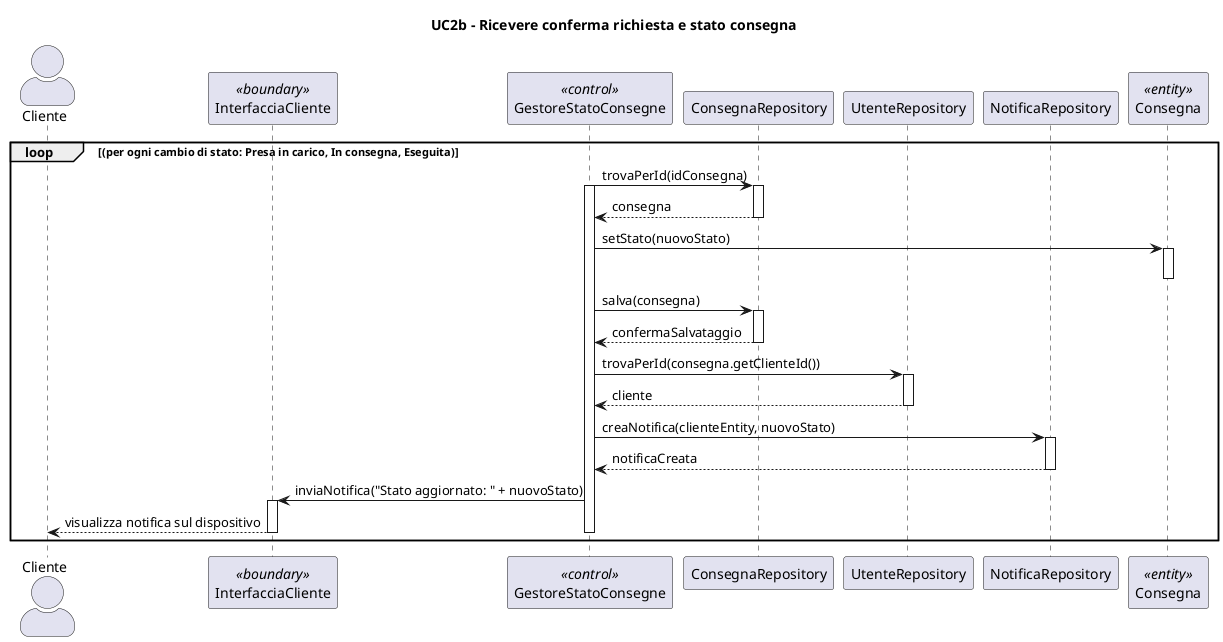
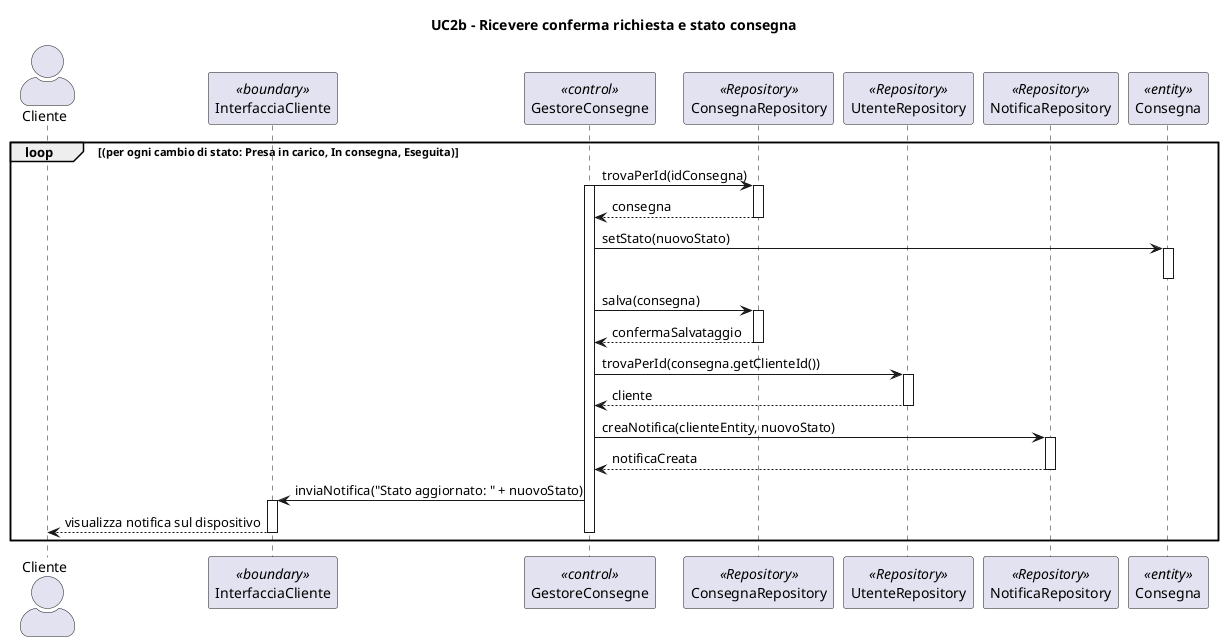
@startuml

skinparam actorStyle awesome
title UC2b - Ricevere conferma richiesta e stato consegna

actor Cliente
participant "InterfacciaCliente" as BoundaryCli <<boundary>>
- participant "GestoreStatoConsegne" as Control <<control>>
- participant "ConsegnaRepository" as RepoConsegna
- participant "UtenteRepository" as RepoUtente
- participant "NotificaRepository" as RepoNotifica
+ participant "GestoreConsegne" as Control <<control>>
+ participant "ConsegnaRepository" as RepoConsegna <<Repository>>
+ participant "UtenteRepository" as RepoUtente <<Repository>>
+ participant "NotificaRepository" as RepoNotifica <<Repository>>
participant "Consegna" as Consegna <<entity>>

loop (per ogni cambio di stato: Presa in carico, In consegna, Eseguita)

    Control -> RepoConsegna : trovaPerId(idConsegna)
    activate Control
    activate RepoConsegna
    RepoConsegna --> Control : consegna
    deactivate RepoConsegna

    Control -> Consegna : setStato(nuovoStato)
    activate Consegna
    deactivate Consegna

    Control -> RepoConsegna : salva(consegna)
    activate RepoConsegna
    RepoConsegna --> Control : confermaSalvataggio
    deactivate RepoConsegna

    Control -> RepoUtente : trovaPerId(consegna.getClienteId())
    activate RepoUtente
    RepoUtente --> Control : cliente
    deactivate RepoUtente

    Control -> RepoNotifica : creaNotifica(clienteEntity, nuovoStato)
    activate RepoNotifica
    RepoNotifica --> Control : notificaCreata
    deactivate RepoNotifica

    Control -> BoundaryCli : inviaNotifica("Stato aggiornato: " + nuovoStato)
    activate BoundaryCli
    BoundaryCli --> Cliente : visualizza notifica sul dispositivo
    deactivate BoundaryCli
    deactivate Control

end

@enduml
